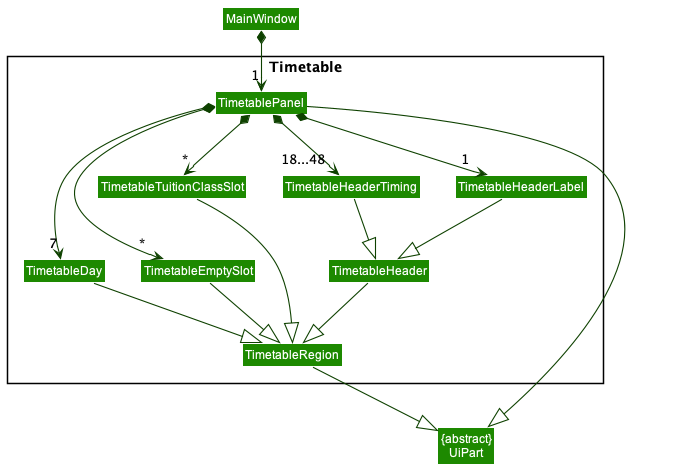
softmagnet/tp keeps this PlantUML diagram as docs/images/TimetableDiagram.png. Above is the earlier version. The source it was exported from:
```plantuml
@startuml
!include style.puml
skinparam arrowThickness 1.1
skinparam arrowColor UI_COLOR_T4
skinparam classBackgroundColor UI_COLOR

package Timetable <<Rectangle>>{
Class TimetablePanel
Class TimetableDay
Class TimetableEmptySlot
Class TimetableHeader
Class TimetableRegion
Class TimetableTuitionClassSlot
Class TimetableHeaderTiming
Class TimetableHeaderLabel

}

Class "{abstract}\nUiPart" as UiPart

Class MainWindow
MainWindow *--> "1" TimetablePanel
TimetablePanel *--> "7" TimetableDay
TimetablePanel *--> "*" TimetableEmptySlot
TimetablePanel *--> "18...48" TimetableHeaderTiming
TimetablePanel *--> "1" TimetableHeaderLabel
TimetablePanel *--> "*" TimetableTuitionClassSlot

TimetableHeaderLabel -down-|> TimetableHeader
TimetableHeaderTiming -down-|> TimetableHeader

TimetableDay --|> TimetableRegion
TimetableEmptySlot --|> TimetableRegion
TimetableHeader --|> TimetableRegion
TimetableTuitionClassSlot --|> TimetableRegion

TimetableRegion --|> UiPart
TimetablePanel --|> UiPart

@enduml
```
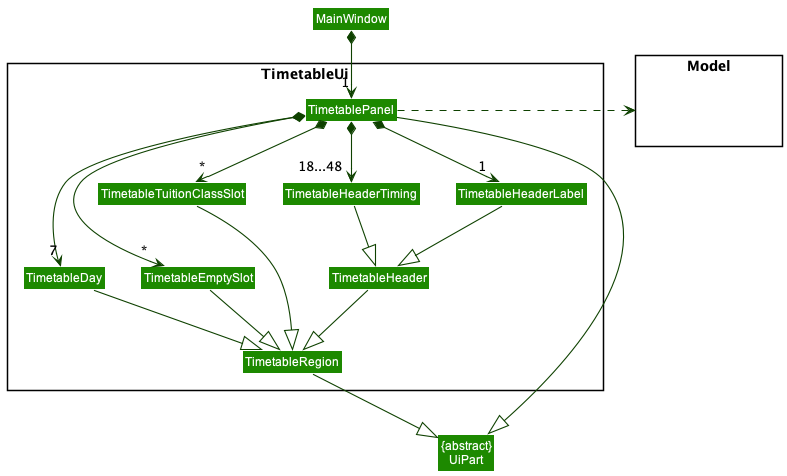
The same diagram one commit later.

Commit message:
Add Timetable UI implementation to DG

Diff of the diagram source:
```diff
@@ -4,7 +4,7 @@
 skinparam arrowColor UI_COLOR_T4
 skinparam classBackgroundColor UI_COLOR
 
-package Timetable <<Rectangle>>{
+package TimetableUi <<Rectangle>>{
 Class TimetablePanel
 Class TimetableDay
 Class TimetableEmptySlot
@@ -13,7 +13,10 @@
 Class TimetableTuitionClassSlot
 Class TimetableHeaderTiming
 Class TimetableHeaderLabel
+}
 
+package Model <<Rectangle>> {
+Class HiddenModel #FFFFFF
 }
 
 Class "{abstract}\nUiPart" as UiPart
@@ -37,4 +40,6 @@
 TimetableRegion --|> UiPart
 TimetablePanel --|> UiPart
 
+TimetablePanel .right.> Model
+
 @enduml
```
